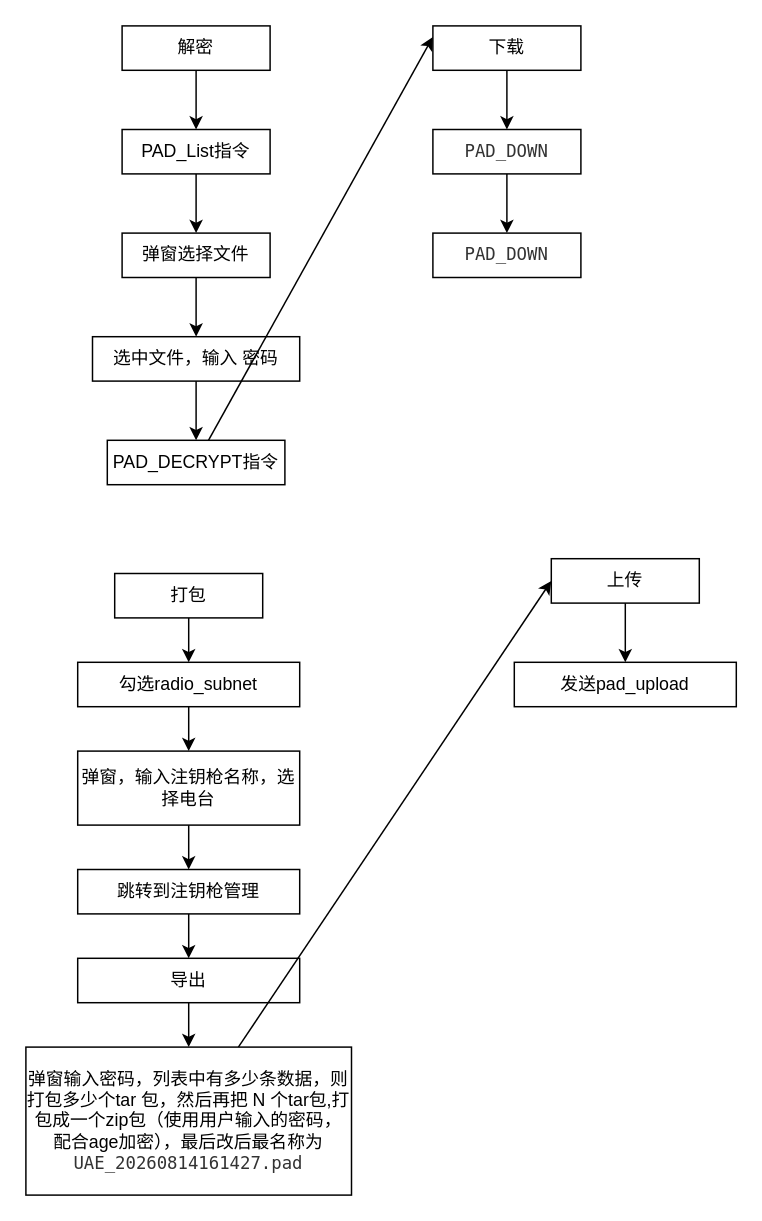
renjietan/flutter_kts_template keeps this draw.io diagram as encrypt.drawIO. Above is the earlier version. Source tidied: cells renumbered, new cells numbered last; positions are measured from the earlier drawing's top-left corner, leaving out a move shared by most shapes. Both pictures are drawn from the tidied source at 148%, with x=0, y=0 at pixel (25, 25).
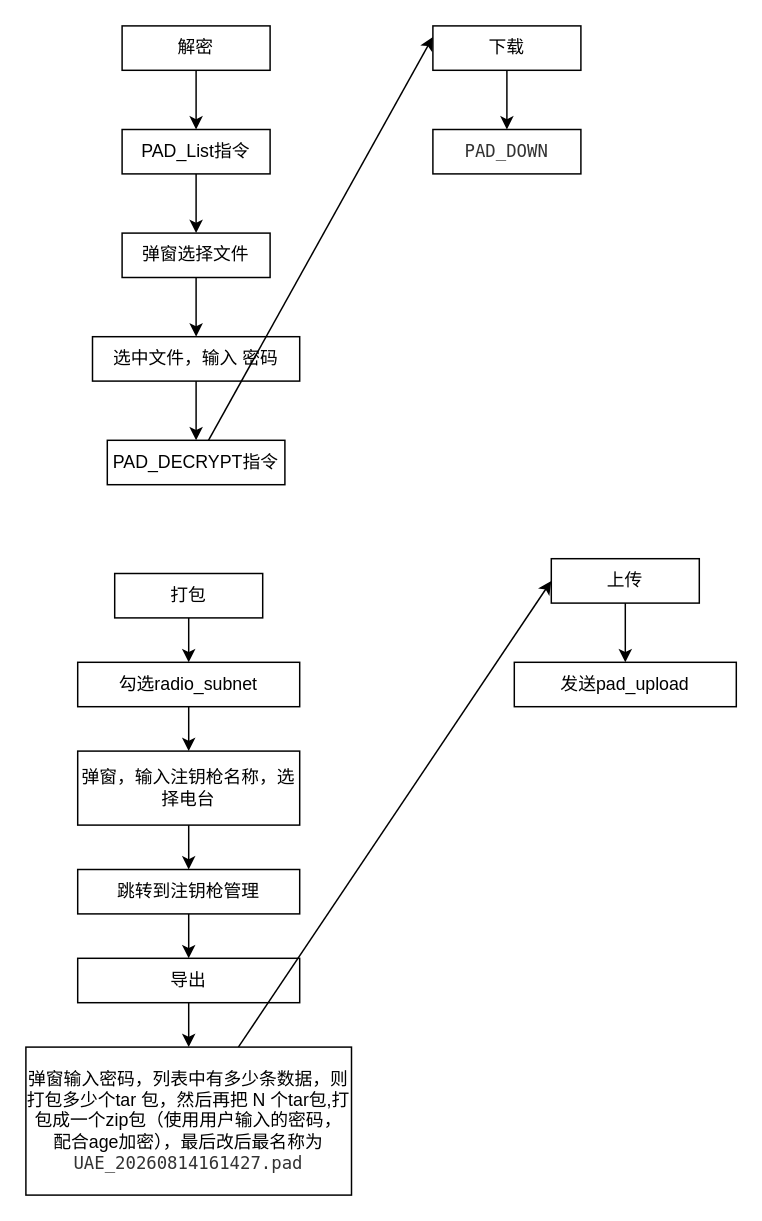
After the change.

The change refers to these unchanged cells:
```xml
<mxCell id="15" value="&lt;div&gt;&lt;span style=&quot;mso-spacerun:'yes';font-size:8.77906pt;font-family:'Lucida Console';color:rgb(51,51,51);&quot;&gt;PAD_DOWN&lt;/span&gt;&lt;/div&gt;" style="rounded=0;whiteSpace=wrap;html=1;" parent="1" vertex="1">
  <mxGeometry x="275" y="70" width="100" height="30" as="geometry" />
</mxCell>
```

What changed in the source:
```diff
@@
-    <mxCell id="14" style="edgeStyle=none;html=1;" parent="1" edge="1" source="15" target="16">
-      <mxGeometry relative="1" as="geometry" />
-    </mxCell>
@@
-    <mxCell id="16" value="&lt;div&gt;&lt;span style=&quot;mso-spacerun:'yes';font-size:8.77906pt;font-family:'Lucida Console';color:rgb(51,51,51);&quot;&gt;PAD_DOWN&lt;/span&gt;&lt;/div&gt;" style="rounded=0;whiteSpace=wrap;html=1;" parent="1" vertex="1">
-      <mxGeometry x="275" y="140" width="100" height="30" as="geometry" />
-    </mxCell>
```
